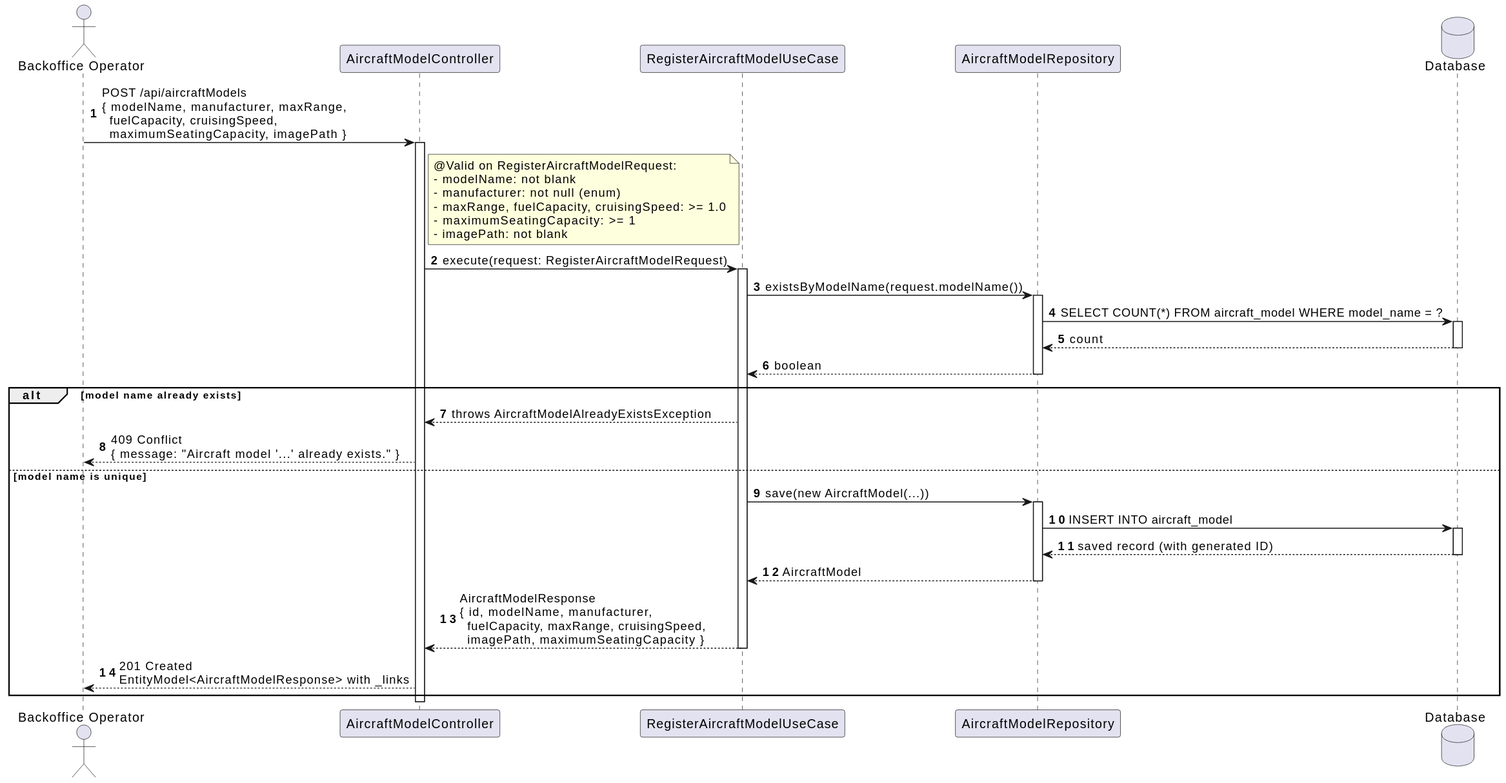
This is docs/system-documentation/use-cases/WP1A/US101/svg/sd_us101.svg from VascoMagolo/psoft_1231562_1241692_1242036_2db, a PlantUML export, as it was before one commit.
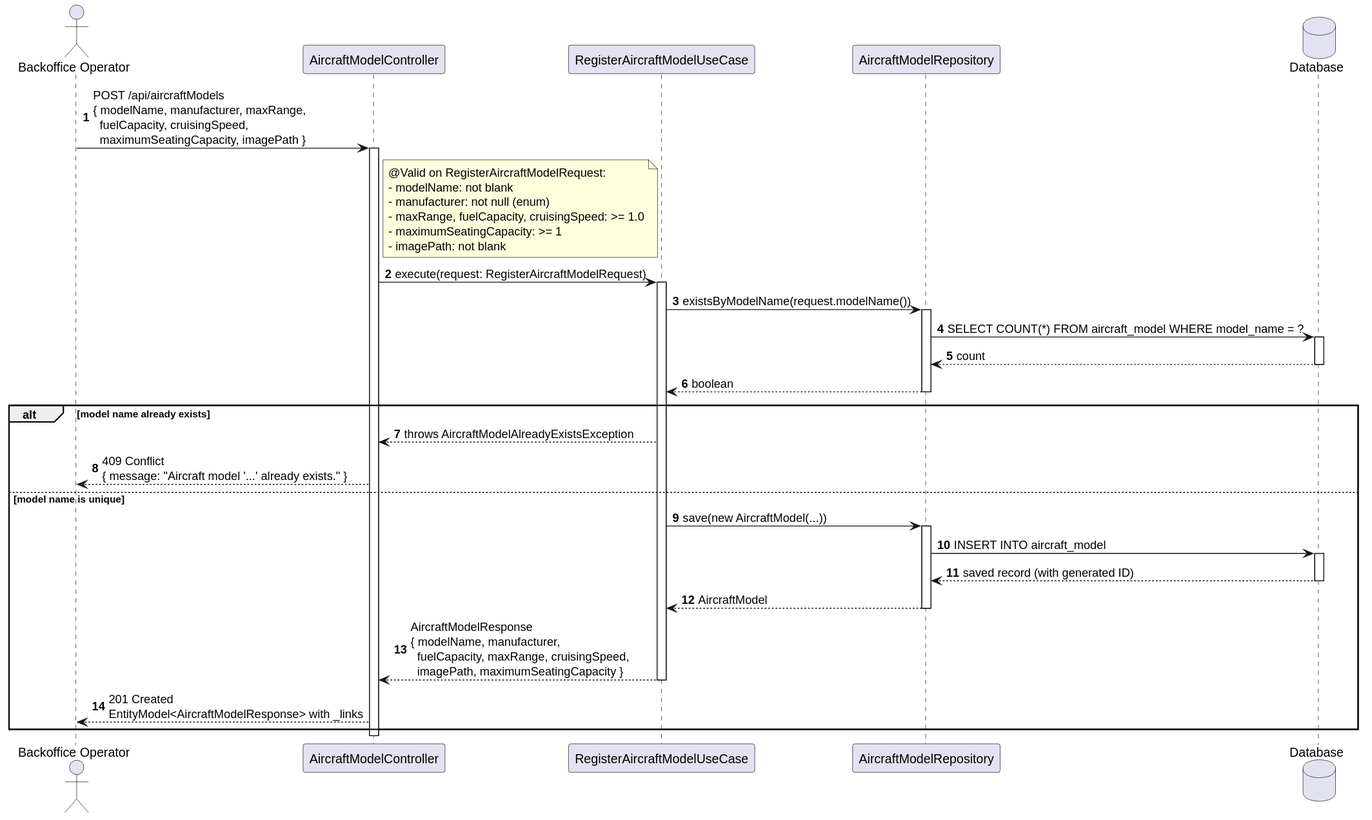
Above is the later version.

Change to the diagram source:
```diff
@@ -43,7 +43,7 @@
   Repo --> UC : AircraftModel
   deactivate Repo
 
-  UC --> Ctrl : AircraftModelResponse\n{ id, modelName, manufacturer,\n  fuelCapacity, maxRange, cruisingSpeed,\n  imagePath, maximumSeatingCapacity }
+  UC --> Ctrl : AircraftModelResponse\n{ modelName, manufacturer,\n  fuelCapacity, maxRange, cruisingSpeed,\n  imagePath, maximumSeatingCapacity }
   deactivate UC
   Ctrl --> BO : 201 Created\nEntityModel<AircraftModelResponse> with _links
 end
```
